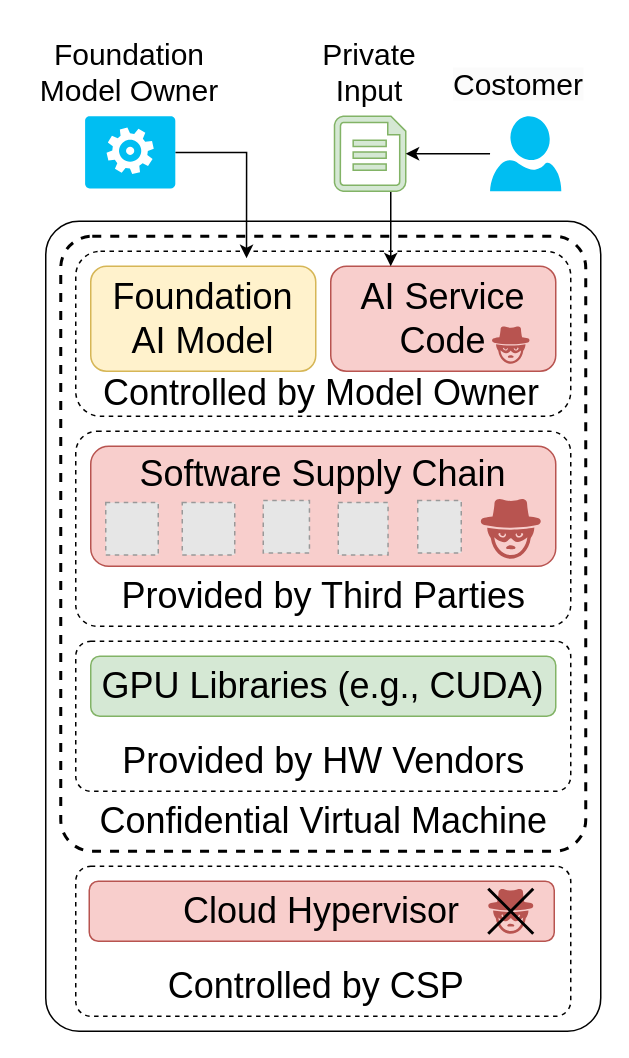
The draw.io diagram page "CCSolution" (5 of 5) of ConfidentialComputing/confAI_current.drawio in ya0guang/researches, before the edit. Source tidied: cells renumbered, new cells numbered last; positions are measured from the earlier drawing's top-left corner, leaving out a move shared by most shapes. Both pictures are drawn from the tidied source at 150%, with x=0, y=0 at pixel (24, 26). Pictures stored in the file or linked from it are replaced by grey dashed boxes.
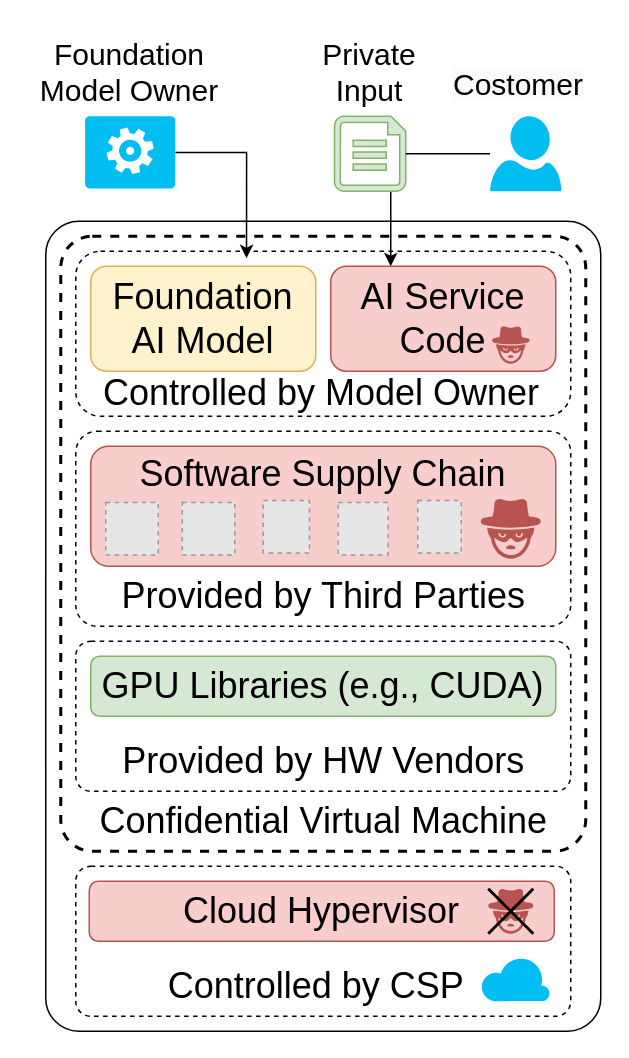
Above is the later version.

Unchanged cells that the change refers to:
```xml
<mxCell id="18" style="verticalLabelPosition=bottom;html=1;verticalAlign=top;align=center;strokeColor=#82b366;fillColor=#d5e8d4;shape=mxgraph.azure.file;" parent="1" vertex="1">
  <mxGeometry x="206.5" y="60" width="47.5" height="50" as="geometry" />
</mxCell>
<mxCell id="23" style="verticalLabelPosition=bottom;html=1;verticalAlign=top;align=center;strokeColor=none;fillColor=#00BEF2;shape=mxgraph.azure.user;" parent="22" vertex="1">
  <mxGeometry x="26.2" y="40" width="47.5" height="50" as="geometry" />
</mxCell>
```

The edit, as a diff of the source:
```diff
@@
-    <mxCell id="21" style="edgeStyle=orthogonalEdgeStyle;rounded=0;jettySize=auto;html=1;entryX=1;entryY=0.5;entryDx=0;entryDy=0;entryPerimeter=0;" parent="1" edge="1" source="23" target="18">
+    <mxCell id="21" style="edgeStyle=orthogonalEdgeStyle;rounded=0;jettySize=auto;html=1;entryX=1;entryY=0.5;entryDx=0;entryDy=0;entryPerimeter=0;endArrow=none;endFill=0;" parent="1" edge="1" source="23" target="18">
       <mxGeometry relative="1" as="geometry" />
     </mxCell>
@@
+    <mxCell id="38" style="verticalLabelPosition=bottom;html=1;verticalAlign=top;align=center;strokeColor=none;fillColor=#00BEF2;shape=mxgraph.azure.cloud;" parent="1" vertex="1">
+      <mxGeometry x="304" y="620" width="46.1" height="30" as="geometry" />
+    </mxCell>
```
